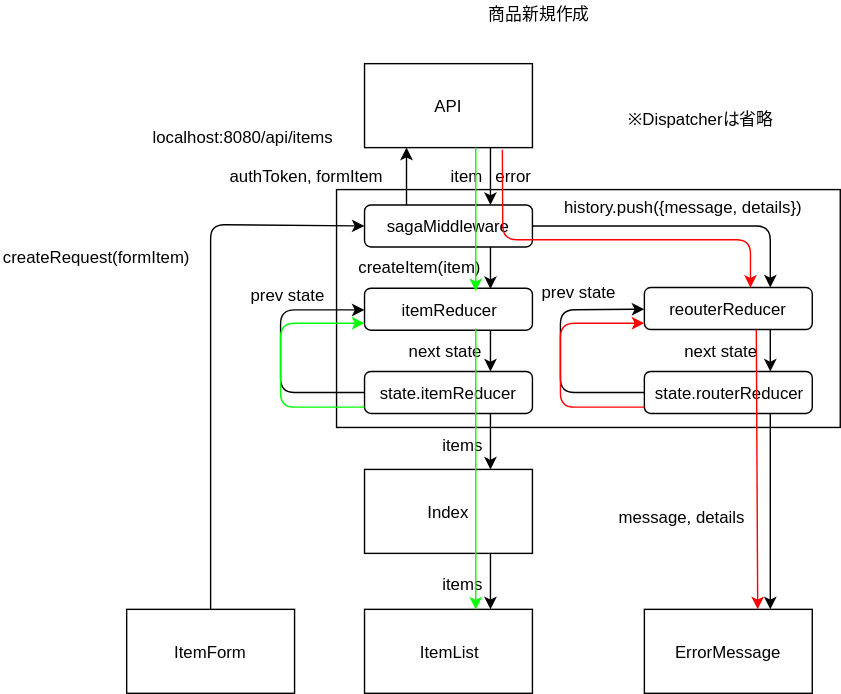
Earlier version of the draw.io export diagram/dataFlow/new.svg (emgniddikur/react-app). Source tidied: cells renumbered, new cells last; positions are measured from the earlier drawing's top-left corner, leaving out a move shared by most shapes.
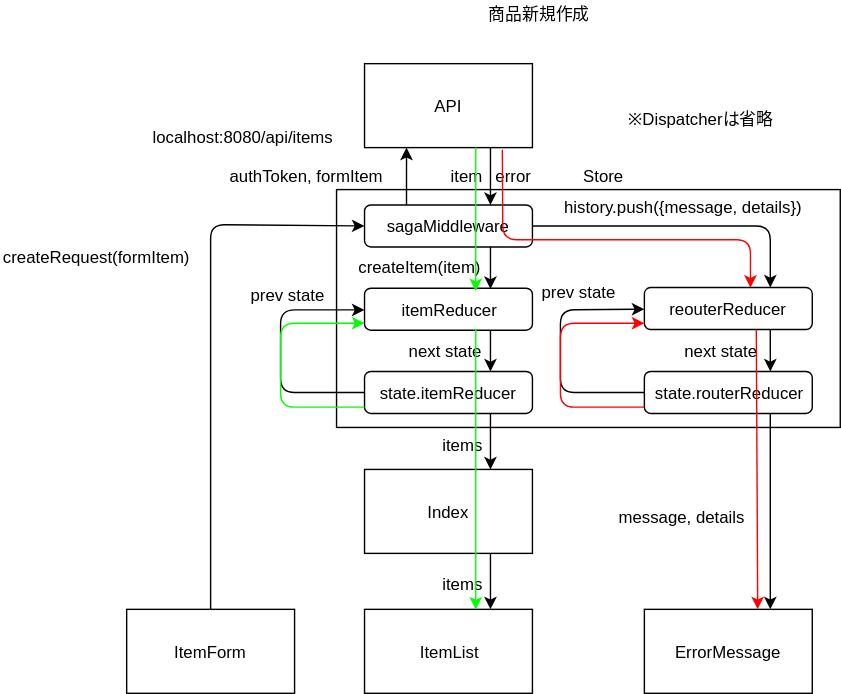
The same diagram one commit later.

Commit message:
[Fix] Store、deleteのレスポンス

The edit, as a diff of the source:
```diff
@@ -187,5 +187,8 @@
         </Array>
       </mxGeometry>
     </mxCell>
+    <mxCell id="47" value="Store" style="text;html=1;strokeColor=none;fillColor=none;align=center;verticalAlign=middle;whiteSpace=wrap;rounded=0;" parent="1" vertex="1">
+      <mxGeometry x="410" y="115" width="40" height="20" as="geometry" />
+    </mxCell>
   </root>
 </mxGraphModel>
```
